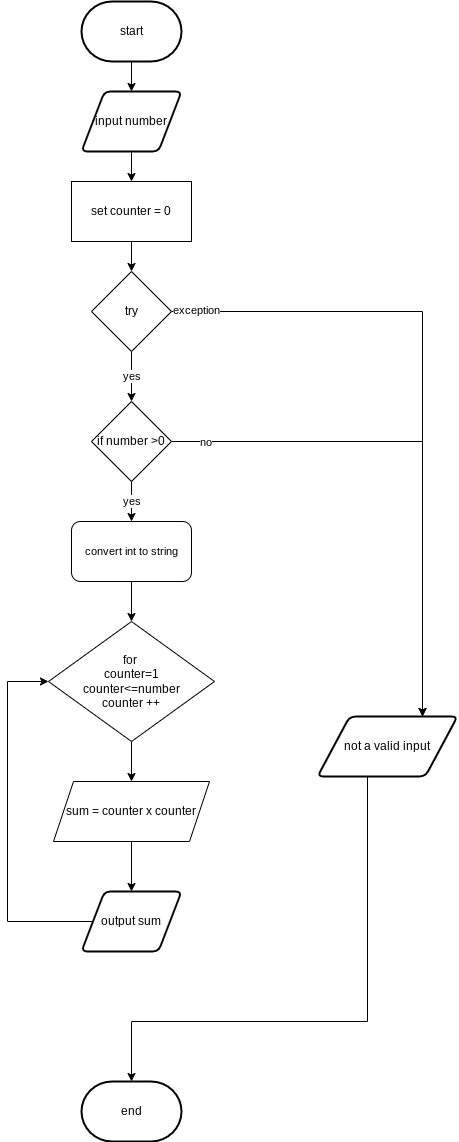
devin-jhu/ICS3U-Unit4-03-Python keeps this draw.io diagram as flow.png. Above is the earlier version. Source tidied: cells renumbered, new cells last; positions are measured from the earlier drawing's top-left corner, leaving out a move shared by most shapes. Its diagram source:
```xml
<mxGraphModel>
  <root>
    <mxCell id="0" />
    <mxCell id="1" parent="0" />
    <mxCell id="2" style="edgeStyle=none;html=1;exitX=0.5;exitY=1;exitDx=0;exitDy=0;exitPerimeter=0;entryX=0.5;entryY=0;entryDx=0;entryDy=0;" parent="1" edge="1" source="3" target="5">
      <mxGeometry relative="1" as="geometry" />
    </mxCell>
    <mxCell id="3" value="start" style="strokeWidth=2;html=1;shape=mxgraph.flowchart.terminator;whiteSpace=wrap;" parent="1" vertex="1">
      <mxGeometry x="74" width="100" height="60" as="geometry" />
    </mxCell>
    <mxCell id="4" style="edgeStyle=none;html=1;exitX=0.5;exitY=1;exitDx=0;exitDy=0;" parent="1" edge="1" source="5" target="14">
      <mxGeometry relative="1" as="geometry" />
    </mxCell>
    <mxCell id="5" value="input number" style="shape=parallelogram;html=1;strokeWidth=2;perimeter=parallelogramPerimeter;whiteSpace=wrap;rounded=1;arcSize=12;size=0.23;" parent="1" vertex="1">
      <mxGeometry x="74" y="90" width="100" height="60" as="geometry" />
    </mxCell>
    <mxCell id="6" style="edgeStyle=orthogonalEdgeStyle;shape=connector;rounded=0;html=1;exitX=0;exitY=0.5;exitDx=0;exitDy=0;entryX=0;entryY=0.5;entryDx=0;entryDy=0;labelBackgroundColor=default;fontFamily=Helvetica;fontSize=11;fontColor=default;endArrow=classic;strokeColor=default;" parent="1" edge="1" source="7" target="10">
      <mxGeometry relative="1" as="geometry">
        <Array as="points">
          <mxPoint y="920" />
          <mxPoint y="680" />
        </Array>
      </mxGeometry>
    </mxCell>
    <mxCell id="7" value="output sum" style="shape=parallelogram;html=1;strokeWidth=2;perimeter=parallelogramPerimeter;whiteSpace=wrap;rounded=1;arcSize=12;size=0.23;" parent="1" vertex="1">
      <mxGeometry x="74" y="890" width="100" height="60" as="geometry" />
    </mxCell>
    <mxCell id="8" value="end" style="strokeWidth=2;html=1;shape=mxgraph.flowchart.terminator;whiteSpace=wrap;" parent="1" vertex="1">
      <mxGeometry x="74" y="1080" width="100" height="60" as="geometry" />
    </mxCell>
    <mxCell id="9" style="edgeStyle=none;html=1;entryX=0.5;entryY=0;entryDx=0;entryDy=0;" parent="1" edge="1" source="10" target="12">
      <mxGeometry relative="1" as="geometry" />
    </mxCell>
    <mxCell id="10" value="for&amp;nbsp;&lt;br&gt;counter=1&lt;br&gt;counter&amp;lt;=number&lt;br&gt;counter ++" style="rhombus;whiteSpace=wrap;html=1;" parent="1" vertex="1">
      <mxGeometry x="41" y="620" width="166" height="120" as="geometry" />
    </mxCell>
    <mxCell id="11" style="edgeStyle=orthogonalEdgeStyle;shape=connector;rounded=0;html=1;exitX=0.5;exitY=1;exitDx=0;exitDy=0;entryX=0.5;entryY=0;entryDx=0;entryDy=0;labelBackgroundColor=default;fontFamily=Helvetica;fontSize=11;fontColor=default;endArrow=classic;strokeColor=default;" parent="1" edge="1" source="12" target="7">
      <mxGeometry relative="1" as="geometry" />
    </mxCell>
    <mxCell id="12" value="sum = counter x counter" style="shape=parallelogram;perimeter=parallelogramPerimeter;whiteSpace=wrap;html=1;fixedSize=1;" parent="1" vertex="1">
      <mxGeometry x="46" y="780" width="156" height="60" as="geometry" />
    </mxCell>
    <mxCell id="13" style="edgeStyle=none;html=1;exitX=0.5;exitY=1;exitDx=0;exitDy=0;entryX=0.5;entryY=0;entryDx=0;entryDy=0;" parent="1" edge="1" source="14">
      <mxGeometry relative="1" as="geometry">
        <mxPoint x="124" y="270" as="targetPoint" />
      </mxGeometry>
    </mxCell>
    <mxCell id="14" value="set counter = 0" style="rounded=0;whiteSpace=wrap;html=1;" parent="1" vertex="1">
      <mxGeometry x="64" y="180" width="120" height="60" as="geometry" />
    </mxCell>
    <mxCell id="15" style="edgeStyle=orthogonalEdgeStyle;shape=connector;rounded=0;html=1;exitX=0.5;exitY=1;exitDx=0;exitDy=0;entryX=0.5;entryY=0;entryDx=0;entryDy=0;entryPerimeter=0;labelBackgroundColor=default;fontFamily=Helvetica;fontSize=11;fontColor=default;endArrow=classic;strokeColor=default;" parent="1" edge="1" source="16" target="8">
      <mxGeometry relative="1" as="geometry">
        <Array as="points">
          <mxPoint x="360" y="1020" />
          <mxPoint x="124" y="1020" />
        </Array>
      </mxGeometry>
    </mxCell>
    <mxCell id="16" value="not a valid input" style="shape=parallelogram;html=1;strokeWidth=2;perimeter=parallelogramPerimeter;whiteSpace=wrap;rounded=1;arcSize=12;size=0.23;" parent="1" vertex="1">
      <mxGeometry x="310" y="715" width="140" height="60" as="geometry" />
    </mxCell>
    <mxCell id="17" value="yes" style="edgeStyle=orthogonalEdgeStyle;shape=connector;rounded=0;html=1;exitX=0.5;exitY=1;exitDx=0;exitDy=0;entryX=0.5;entryY=0;entryDx=0;entryDy=0;labelBackgroundColor=default;fontFamily=Helvetica;fontSize=11;fontColor=default;endArrow=classic;strokeColor=default;" parent="1" edge="1" source="20" target="24">
      <mxGeometry relative="1" as="geometry" />
    </mxCell>
    <mxCell id="18" style="edgeStyle=orthogonalEdgeStyle;shape=connector;rounded=0;html=1;exitX=1;exitY=0.5;exitDx=0;exitDy=0;entryX=0.75;entryY=0;entryDx=0;entryDy=0;labelBackgroundColor=default;fontFamily=Helvetica;fontSize=11;fontColor=default;endArrow=classic;strokeColor=default;" parent="1" edge="1" source="20" target="16">
      <mxGeometry relative="1" as="geometry" />
    </mxCell>
    <mxCell id="19" value="exception" style="edgeLabel;html=1;align=center;verticalAlign=middle;fontSize=11;fontFamily=Helvetica;fontColor=default;" parent="18" vertex="1">
      <mxGeometry x="-0.93" y="2" relative="1" as="geometry" />
    </mxCell>
    <mxCell id="20" value="try" style="rhombus;whiteSpace=wrap;html=1;" parent="1" vertex="1">
      <mxGeometry x="84" y="270" width="80" height="80" as="geometry" />
    </mxCell>
    <mxCell id="21" value="yes" style="edgeStyle=orthogonalEdgeStyle;shape=connector;rounded=0;html=1;exitX=0.5;exitY=1;exitDx=0;exitDy=0;labelBackgroundColor=default;fontFamily=Helvetica;fontSize=11;fontColor=default;endArrow=classic;strokeColor=default;" parent="1" edge="1" source="24" target="26">
      <mxGeometry relative="1" as="geometry" />
    </mxCell>
    <mxCell id="22" style="edgeStyle=orthogonalEdgeStyle;shape=connector;rounded=0;html=1;exitX=1;exitY=0.5;exitDx=0;exitDy=0;entryX=0.75;entryY=0;entryDx=0;entryDy=0;labelBackgroundColor=default;fontFamily=Helvetica;fontSize=11;fontColor=default;endArrow=classic;strokeColor=default;" parent="1" edge="1" source="24" target="16">
      <mxGeometry relative="1" as="geometry" />
    </mxCell>
    <mxCell id="23" value="no" style="edgeLabel;html=1;align=center;verticalAlign=middle;fontSize=11;fontFamily=Helvetica;fontColor=default;" parent="22" vertex="1">
      <mxGeometry x="-0.88" relative="1" as="geometry" />
    </mxCell>
    <mxCell id="24" value="if number &amp;gt;0" style="rhombus;whiteSpace=wrap;html=1;" parent="1" vertex="1">
      <mxGeometry x="84" y="400" width="80" height="80" as="geometry" />
    </mxCell>
    <mxCell id="25" style="edgeStyle=orthogonalEdgeStyle;shape=connector;rounded=0;html=1;exitX=0.5;exitY=1;exitDx=0;exitDy=0;entryX=0.5;entryY=0;entryDx=0;entryDy=0;labelBackgroundColor=default;fontFamily=Helvetica;fontSize=11;fontColor=default;endArrow=classic;strokeColor=default;" parent="1" edge="1" source="26" target="10">
      <mxGeometry relative="1" as="geometry" />
    </mxCell>
    <mxCell id="26" value="convert int to string" style="rounded=1;whiteSpace=wrap;html=1;fontFamily=Helvetica;fontSize=11;fontColor=default;" parent="1" vertex="1">
      <mxGeometry x="64" y="520" width="120" height="60" as="geometry" />
    </mxCell>
  </root>
</mxGraphModel>
```
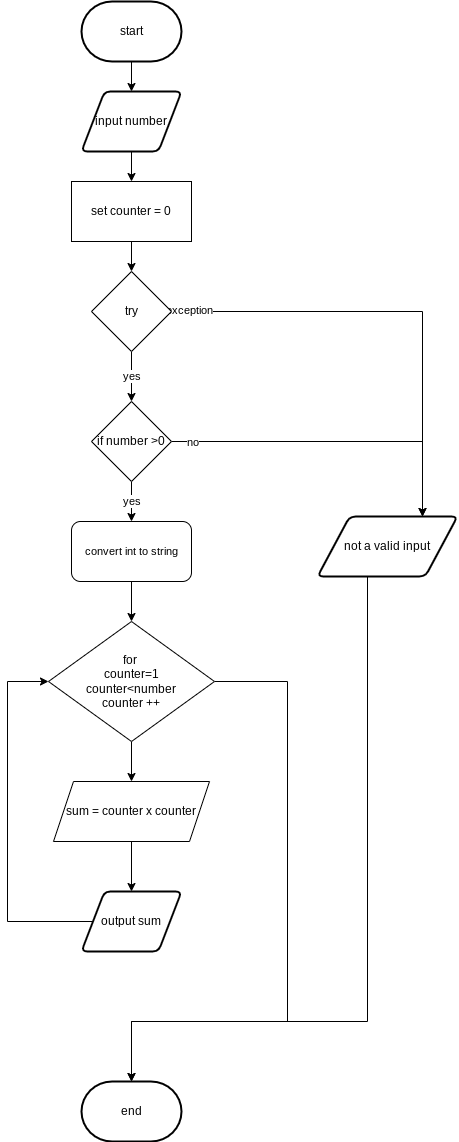
After the change.

What changed in the source:
```diff
@@ -31,7 +31,16 @@
     <mxCell id="9" style="edgeStyle=none;html=1;entryX=0.5;entryY=0;entryDx=0;entryDy=0;" parent="1" edge="1" source="10" target="12">
       <mxGeometry relative="1" as="geometry" />
     </mxCell>
+    <mxCell id="27" style="edgeStyle=orthogonalEdgeStyle;shape=connector;rounded=0;html=1;exitX=1;exitY=0.5;exitDx=0;exitDy=0;labelBackgroundColor=default;fontFamily=Helvetica;fontSize=11;fontColor=default;endArrow=classic;strokeColor=default;entryX=0.5;entryY=0;entryDx=0;entryDy=0;entryPerimeter=0;" parent="1" edge="1" source="10" target="8">
+      <mxGeometry relative="1" as="geometry">
+        <Array as="points">
+          <mxPoint x="280" y="680" />
+          <mxPoint x="280" y="1020" />
+          <mxPoint x="124" y="1020" />
+        </Array>
+      </mxGeometry>
+    </mxCell>
-    <mxCell id="10" value="for&amp;nbsp;&lt;br&gt;counter=1&lt;br&gt;counter&amp;lt;=number&lt;br&gt;counter ++" style="rhombus;whiteSpace=wrap;html=1;" parent="1" vertex="1">
+    <mxCell id="10" value="for&amp;nbsp;&lt;br&gt;counter=1&lt;br&gt;counter&amp;lt;number&lt;br&gt;counter ++" style="rhombus;whiteSpace=wrap;html=1;" parent="1" vertex="1">
       <mxGeometry x="41" y="620" width="166" height="120" as="geometry" />
     </mxCell>
     <mxCell id="11" style="edgeStyle=orthogonalEdgeStyle;shape=connector;rounded=0;html=1;exitX=0.5;exitY=1;exitDx=0;exitDy=0;entryX=0.5;entryY=0;entryDx=0;entryDy=0;labelBackgroundColor=default;fontFamily=Helvetica;fontSize=11;fontColor=default;endArrow=classic;strokeColor=default;" parent="1" edge="1" source="12" target="7">
@@ -57,7 +66,7 @@
       </mxGeometry>
     </mxCell>
     <mxCell id="16" value="not a valid input" style="shape=parallelogram;html=1;strokeWidth=2;perimeter=parallelogramPerimeter;whiteSpace=wrap;rounded=1;arcSize=12;size=0.23;" parent="1" vertex="1">
-      <mxGeometry x="310" y="715" width="140" height="60" as="geometry" />
+      <mxGeometry x="310" y="515" width="140" height="60" as="geometry" />
     </mxCell>
     <mxCell id="17" value="yes" style="edgeStyle=orthogonalEdgeStyle;shape=connector;rounded=0;html=1;exitX=0.5;exitY=1;exitDx=0;exitDy=0;entryX=0.5;entryY=0;entryDx=0;entryDy=0;labelBackgroundColor=default;fontFamily=Helvetica;fontSize=11;fontColor=default;endArrow=classic;strokeColor=default;" parent="1" edge="1" source="20" target="24">
       <mxGeometry relative="1" as="geometry" />
```
